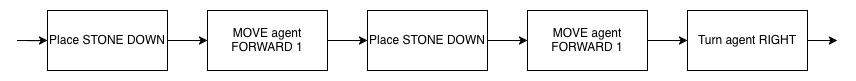
CausewayDigital/Minecraft-EE-MakeCode keeps this draw.io diagram as tutorials/python-islands/island-7/tower_builder/images/flowchart-landscape_4.png. Above is the earlier version. Source tidied: cells renumbered, new cells last; positions are measured from the earlier drawing's top-left corner, leaving out a move shared by most shapes. Source of this version:
```xml
<mxGraphModel>
  <root>
    <mxCell id="0" />
    <mxCell id="1" parent="0" />
    <mxCell id="2" style="edgeStyle=orthogonalEdgeStyle;rounded=0;jettySize=auto;html=1;" parent="1" edge="1" target="4">
      <mxGeometry relative="1" as="geometry">
        <mxPoint y="30" as="sourcePoint" />
      </mxGeometry>
    </mxCell>
    <mxCell id="3" style="edgeStyle=orthogonalEdgeStyle;rounded=0;jettySize=auto;html=1;" parent="1" edge="1" source="4" target="6">
      <mxGeometry relative="1" as="geometry" />
    </mxCell>
    <mxCell id="4" value="Place STONE DOWN" style="rounded=0;whiteSpace=wrap;html=1;" parent="1" vertex="1">
      <mxGeometry x="30" width="120" height="60" as="geometry" />
    </mxCell>
    <mxCell id="5" style="edgeStyle=orthogonalEdgeStyle;rounded=0;jettySize=auto;html=1;" parent="1" edge="1" source="6" target="8">
      <mxGeometry relative="1" as="geometry" />
    </mxCell>
    <mxCell id="6" value="MOVE agent FORWARD 1" style="rounded=0;whiteSpace=wrap;html=1;" parent="1" vertex="1">
      <mxGeometry x="190" width="120" height="60" as="geometry" />
    </mxCell>
    <mxCell id="7" style="edgeStyle=orthogonalEdgeStyle;rounded=0;jettySize=auto;html=1;" parent="1" edge="1" source="8" target="10">
      <mxGeometry relative="1" as="geometry" />
    </mxCell>
    <mxCell id="8" value="Place STONE DOWN" style="rounded=0;whiteSpace=wrap;html=1;" parent="1" vertex="1">
      <mxGeometry x="350" width="120" height="60" as="geometry" />
    </mxCell>
    <mxCell id="9" style="edgeStyle=orthogonalEdgeStyle;rounded=0;jettySize=auto;html=1;" parent="1" edge="1" source="10" target="12">
      <mxGeometry relative="1" as="geometry" />
    </mxCell>
    <mxCell id="10" value="MOVE agent FORWARD 1" style="rounded=0;whiteSpace=wrap;html=1;" parent="1" vertex="1">
      <mxGeometry x="510" width="120" height="60" as="geometry" />
    </mxCell>
    <mxCell id="11" style="edgeStyle=orthogonalEdgeStyle;rounded=0;jettySize=auto;html=1;exitX=1;exitY=0.5;exitDx=0;exitDy=0;" parent="1" edge="1" source="12">
      <mxGeometry relative="1" as="geometry">
        <mxPoint x="820" y="29.7" as="targetPoint" />
      </mxGeometry>
    </mxCell>
    <mxCell id="12" value="Turn agent RIGHT" style="rounded=0;whiteSpace=wrap;html=1;" parent="1" vertex="1">
      <mxGeometry x="670" width="120" height="60" as="geometry" />
    </mxCell>
  </root>
</mxGraphModel>
```
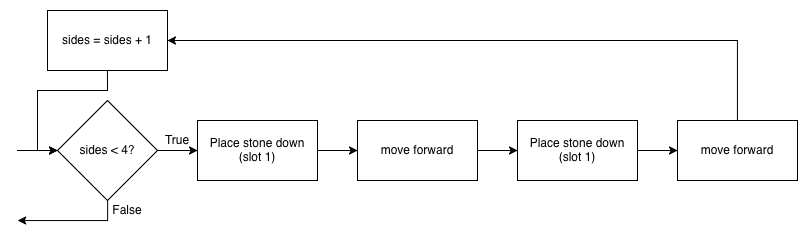
After the change.

Commit message:
Updated flowchart images for tower builder island 7

The edit, as a diff of the source:
```diff
@@ -2,42 +2,65 @@
   <root>
     <mxCell id="0" />
     <mxCell id="1" parent="0" />
-    <mxCell id="2" style="edgeStyle=orthogonalEdgeStyle;rounded=0;jettySize=auto;html=1;" parent="1" edge="1" target="4">
-      <mxGeometry relative="1" as="geometry">
-        <mxPoint y="30" as="sourcePoint" />
-      </mxGeometry>
-    </mxCell>
-    <mxCell id="3" style="edgeStyle=orthogonalEdgeStyle;rounded=0;jettySize=auto;html=1;" parent="1" edge="1" source="4" target="6">
-      <mxGeometry relative="1" as="geometry" />
-    </mxCell>
-    <mxCell id="4" value="Place STONE DOWN" style="rounded=0;whiteSpace=wrap;html=1;" parent="1" vertex="1">
-      <mxGeometry x="30" width="120" height="60" as="geometry" />
-    </mxCell>
-    <mxCell id="5" style="edgeStyle=orthogonalEdgeStyle;rounded=0;jettySize=auto;html=1;" parent="1" edge="1" source="6" target="8">
-      <mxGeometry relative="1" as="geometry" />
-    </mxCell>
-    <mxCell id="6" value="MOVE agent FORWARD 1" style="rounded=0;whiteSpace=wrap;html=1;" parent="1" vertex="1">
-      <mxGeometry x="190" width="120" height="60" as="geometry" />
-    </mxCell>
-    <mxCell id="7" style="edgeStyle=orthogonalEdgeStyle;rounded=0;jettySize=auto;html=1;" parent="1" edge="1" source="8" target="10">
-      <mxGeometry relative="1" as="geometry" />
-    </mxCell>
-    <mxCell id="8" value="Place STONE DOWN" style="rounded=0;whiteSpace=wrap;html=1;" parent="1" vertex="1">
-      <mxGeometry x="350" width="120" height="60" as="geometry" />
-    </mxCell>
-    <mxCell id="9" style="edgeStyle=orthogonalEdgeStyle;rounded=0;jettySize=auto;html=1;" parent="1" edge="1" source="10" target="12">
-      <mxGeometry relative="1" as="geometry" />
-    </mxCell>
-    <mxCell id="10" value="MOVE agent FORWARD 1" style="rounded=0;whiteSpace=wrap;html=1;" parent="1" vertex="1">
-      <mxGeometry x="510" width="120" height="60" as="geometry" />
-    </mxCell>
-    <mxCell id="11" style="edgeStyle=orthogonalEdgeStyle;rounded=0;jettySize=auto;html=1;exitX=1;exitY=0.5;exitDx=0;exitDy=0;" parent="1" edge="1" source="12">
-      <mxGeometry relative="1" as="geometry">
-        <mxPoint x="820" y="29.7" as="targetPoint" />
-      </mxGeometry>
-    </mxCell>
-    <mxCell id="12" value="Turn agent RIGHT" style="rounded=0;whiteSpace=wrap;html=1;" parent="1" vertex="1">
-      <mxGeometry x="670" width="120" height="60" as="geometry" />
-    </mxCell>
+    <mxCell id="13" style="edgeStyle=orthogonalEdgeStyle;rounded=0;jettySize=auto;html=1;" parent="1" edge="1" target="16">
+      <mxGeometry relative="1" as="geometry">
+        <mxPoint x="1020" y="-700" as="sourcePoint" />
+      </mxGeometry>
+    </mxCell>
+    <mxCell id="14" style="edgeStyle=orthogonalEdgeStyle;rounded=0;jettySize=auto;html=1;" parent="1" edge="1" source="16" target="18">
+      <mxGeometry relative="1" as="geometry" />
+    </mxCell>
+    <mxCell id="15" style="edgeStyle=orthogonalEdgeStyle;rounded=0;jettySize=auto;html=1;" parent="1" edge="1" source="16">
+      <mxGeometry relative="1" as="geometry">
+        <mxPoint x="1020" y="-630" as="targetPoint" />
+        <Array as="points">
+          <mxPoint x="1110" y="-630" />
+          <mxPoint x="1020" y="-630" />
+        </Array>
+      </mxGeometry>
+    </mxCell>
+    <mxCell id="16" value="sides &amp;lt; 4?" style="rhombus;whiteSpace=wrap;html=1;" parent="1" vertex="1">
+      <mxGeometry x="1060" y="-750" width="100" height="100" as="geometry" />
+    </mxCell>
+    <mxCell id="17" style="edgeStyle=orthogonalEdgeStyle;rounded=0;jettySize=auto;html=1;" parent="1" edge="1" source="18" target="20">
+      <mxGeometry relative="1" as="geometry" />
+    </mxCell>
+    <mxCell id="18" value="&lt;div&gt;Place stone down&lt;/div&gt;&lt;div&gt;(slot 1)&lt;/div&gt;" style="rounded=0;whiteSpace=wrap;html=1;" parent="1" vertex="1">
+      <mxGeometry x="1200" y="-730" width="120" height="60" as="geometry" />
+    </mxCell>
+    <mxCell id="19" style="edgeStyle=orthogonalEdgeStyle;rounded=0;jettySize=auto;html=1;" parent="1" edge="1" source="20" target="22">
+      <mxGeometry relative="1" as="geometry" />
+    </mxCell>
+    <mxCell id="20" value="move forward" style="rounded=0;whiteSpace=wrap;html=1;" parent="1" vertex="1">
+      <mxGeometry x="1360" y="-730" width="120" height="60" as="geometry" />
+    </mxCell>
+    <mxCell id="21" style="edgeStyle=orthogonalEdgeStyle;rounded=0;jettySize=auto;html=1;" parent="1" edge="1" source="22" target="24">
+      <mxGeometry relative="1" as="geometry" />
+    </mxCell>
+    <mxCell id="22" value="&lt;div&gt;Place stone down&lt;/div&gt;(slot 1)" style="rounded=0;whiteSpace=wrap;html=1;" parent="1" vertex="1">
+      <mxGeometry x="1520" y="-730" width="120" height="60" as="geometry" />
+    </mxCell>
+    <mxCell id="23" style="edgeStyle=orthogonalEdgeStyle;rounded=0;jettySize=auto;html=1;entryX=1;entryY=0.5;entryDx=0;entryDy=0;" parent="1" edge="1" source="24" target="26">
+      <mxGeometry relative="1" as="geometry">
+        <Array as="points">
+          <mxPoint x="1740" y="-810" />
+        </Array>
+      </mxGeometry>
+    </mxCell>
+    <mxCell id="24" value="move forward" style="rounded=0;whiteSpace=wrap;html=1;" parent="1" vertex="1">
+      <mxGeometry x="1680" y="-730" width="120" height="60" as="geometry" />
+    </mxCell>
+    <mxCell id="25" style="edgeStyle=orthogonalEdgeStyle;rounded=0;jettySize=auto;html=1;exitX=0.5;exitY=1;exitDx=0;exitDy=0;entryX=0;entryY=0.5;entryDx=0;entryDy=0;" parent="1" edge="1" source="26" target="16">
+      <mxGeometry relative="1" as="geometry" />
+    </mxCell>
+    <mxCell id="26" value="sides = sides + 1" style="rounded=0;whiteSpace=wrap;html=1;" parent="1" vertex="1">
+      <mxGeometry x="1050" y="-840" width="120" height="60" as="geometry" />
+    </mxCell>
+    <mxCell id="27" value="False" style="text;html=1;strokeColor=none;fillColor=none;align=center;verticalAlign=middle;whiteSpace=wrap;rounded=0;" parent="1" vertex="1">
+      <mxGeometry x="1110" y="-650" width="40" height="20" as="geometry" />
+    </mxCell>
+    <mxCell id="28" value="True&lt;span style=&quot;color: rgba(0 , 0 , 0 , 0) ; font-family: monospace ; font-size: 0px&quot;&gt;%3CmxGraphModel%3E%3Croot%3E%3CmxCell%20id%3D%220%22%2F%3E%3CmxCell%20id%3D%221%22%20parent%3D%220%22%2F%3E%3CmxCell%20id%3D%222%22%20value%3D%22False%22%20style%3D%22text%3Bhtml%3D1%3BstrokeColor%3Dnone%3BfillColor%3Dnone%3Balign%3Dcenter%3BverticalAlign%3Dmiddle%3BwhiteSpace%3Dwrap%3Brounded%3D0%3B%22%20vertex%3D%221%22%20parent%3D%221%22%3E%3CmxGeometry%20x%3D%22260%22%20y%3D%22440%22%20width%3D%2240%22%20height%3D%2220%22%20as%3D%22geometry%22%2F%3E%3C%2FmxCell%3E%3C%2Froot%3E%3C%2FmxGraphModel%3E&lt;/span&gt;" style="text;html=1;strokeColor=none;fillColor=none;align=center;verticalAlign=middle;whiteSpace=wrap;rounded=0;" parent="1" vertex="1">
+      <mxGeometry x="1160" y="-720" width="40" height="20" as="geometry" />
+    </mxCell>
   </root>
 </mxGraphModel>
```
